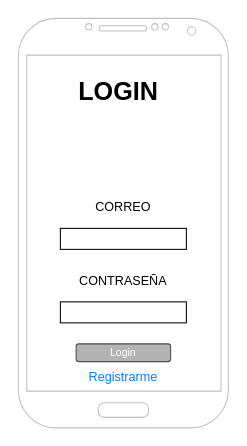
Earlier version of the draw.io diagram page "Login" (1 of 10) of mockups/Mockups-Grupo#3.drawio (Juanse-26/grupo3). Source tidied: cells renumbered, new cells numbered last; positions are measured from the earlier drawing's top-left corner, leaving out a move shared by most shapes. Both pictures are drawn from the tidied source at 105%, with x=0, y=0 at pixel (18, 18).
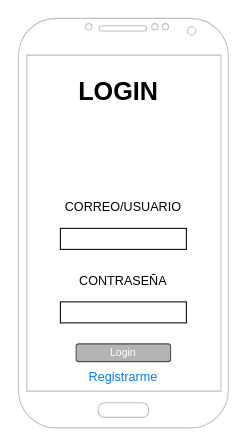
The same page after the edit.

The edit, as a diff of the source:
```diff
@@
 <mxGraphModel>
   <root>
     <mxCell id="0" />
     <mxCell id="1" parent="0" />
     <mxCell id="2" style="verticalLabelPosition=bottom;verticalAlign=top;html=1;shadow=0;dashed=0;strokeWidth=1;shape=mxgraph.android.phone2;strokeColor=#c0c0c0;" parent="1" vertex="1">
       <mxGeometry width="200" height="390" as="geometry" />
     </mxCell>
     <mxCell id="3" value="Login" style="rounded=1;html=1;shadow=0;dashed=0;whiteSpace=wrap;fontSize=10;fillColor=#B3B3B3;align=center;strokeColor=#4D4D4D;fontColor=#ffffff;" parent="1" vertex="1">
       <mxGeometry x="55" y="310" width="90" height="16.9" as="geometry" />
     </mxCell>
     <mxCell id="4" style="rounded=0;whiteSpace=wrap;html=1;" parent="1" vertex="1">
       <mxGeometry x="40" y="200" width="120" height="20" as="geometry" />
     </mxCell>
     <mxCell id="5" style="rounded=0;whiteSpace=wrap;html=1;" parent="1" vertex="1">
       <mxGeometry x="40" y="270" width="120" height="20" as="geometry" />
     </mxCell>
-    <mxCell id="6" value="CORREO" style="text;html=1;strokeColor=none;fillColor=none;align=center;verticalAlign=middle;whiteSpace=wrap;rounded=0;" parent="1" vertex="1">
+    <mxCell id="6" value="CORREO/USUARIO" style="text;html=1;strokeColor=none;fillColor=none;align=center;verticalAlign=middle;whiteSpace=wrap;rounded=0;" parent="1" vertex="1">
       <mxGeometry x="70" y="165" width="60" height="30" as="geometry" />
     </mxCell>
     <mxCell id="7" value="CONTRASEÑA" style="text;html=1;strokeColor=none;fillColor=none;align=center;verticalAlign=middle;whiteSpace=wrap;rounded=0;" parent="1" vertex="1">
       <mxGeometry x="70" y="235" width="60" height="30" as="geometry" />
     </mxCell>
     <mxCell id="8" value="LOGIN" style="text;strokeColor=none;fillColor=none;html=1;fontSize=24;fontStyle=1;verticalAlign=middle;align=center;" parent="1" vertex="1">
       <mxGeometry x="45" y="50" width="100" height="40" as="geometry" />
     </mxCell>
     <mxCell id="9" value="Registrarme" style="text;html=1;strokeColor=none;fillColor=none;align=center;verticalAlign=middle;whiteSpace=wrap;rounded=0;fontColor=#007FFF;" parent="1" vertex="1">
       <mxGeometry x="70" y="326.9" width="60" height="30" as="geometry" />
     </mxCell>
   </root>
 </mxGraphModel>
```
